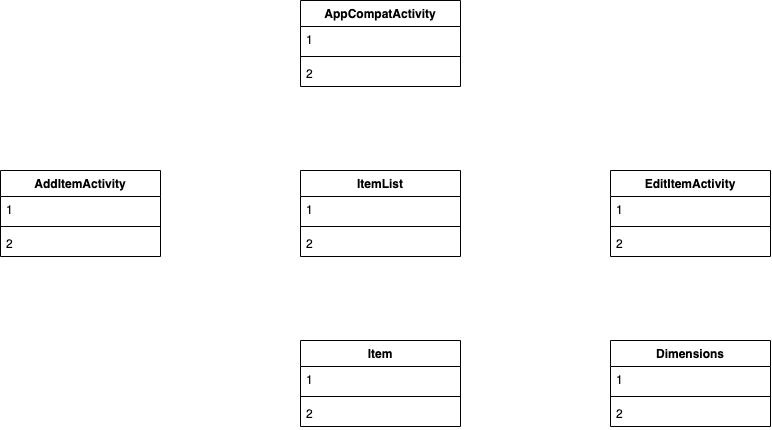
The draw.io diagram Class Diagrams/ApplicationBorrowedTemplateClassDiagram.png in smitbmx/Architecture-Diagrams, before a commit. Source tidied: cells renumbered, new cells last; positions are measured from the earlier drawing's top-left corner, leaving out a move shared by most shapes.
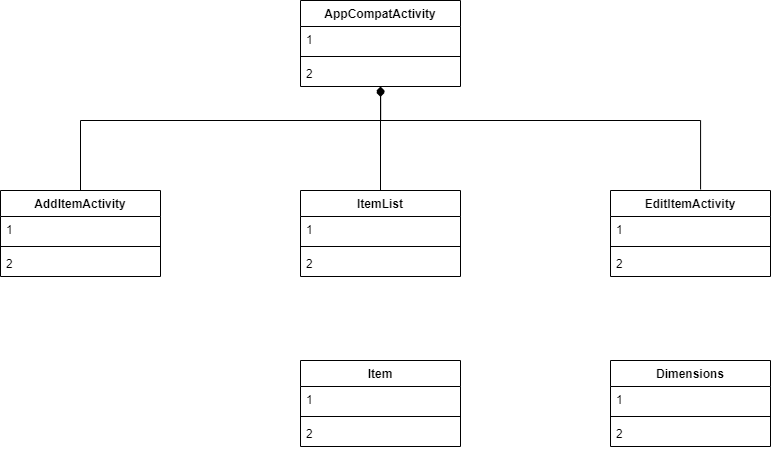
After the commit.

What changed in the source:
```diff
@@ -3,7 +3,7 @@
     <mxCell id="0" />
     <mxCell id="1" parent="0" />
     <mxCell id="2" value="AppCompatActivity" style="swimlane;fontStyle=1;align=center;verticalAlign=top;horizontal=1;startSize=26;" parent="1" vertex="1">
-      <mxGeometry x="300" width="160" height="86" as="geometry" />
+      <mxGeometry x="300" y="-20" width="160" height="86" as="geometry" />
     </mxCell>
     <mxCell id="3" value="1" style="text;strokeColor=none;fillColor=none;align=left;verticalAlign=top;spacingLeft=4;spacingRight=4;overflow=hidden;" parent="2" vertex="1">
       <mxGeometry y="26" width="160" height="26" as="geometry" />
@@ -74,5 +74,24 @@
     <mxCell id="25" value="2" style="text;strokeColor=none;fillColor=none;align=left;verticalAlign=top;spacingLeft=4;spacingRight=4;overflow=hidden;" parent="22" vertex="1">
       <mxGeometry y="60" width="160" height="26" as="geometry" />
     </mxCell>
+    <mxCell id="26" style="endArrow=diamond;html=1;exitX=0.5;exitY=0;exitDx=0;exitDy=0;endFill=1;" parent="1" edge="1" source="6" target="5">
+      <mxGeometry relative="1" as="geometry" />
+    </mxCell>
+    <mxCell id="27" style="endArrow=diamond;html=1;entryX=0.5;entryY=1.077;entryDx=0;entryDy=0;entryPerimeter=0;exitX=0.5;exitY=0;exitDx=0;exitDy=0;edgeStyle=orthogonalEdgeStyle;rounded=0;endFill=1;" parent="1" edge="1" source="10" target="5">
+      <mxGeometry relative="1" as="geometry">
+        <Array as="points">
+          <mxPoint x="80" y="100" />
+          <mxPoint x="380" y="100" />
+        </Array>
+      </mxGeometry>
+    </mxCell>
+    <mxCell id="28" style="endArrow=diamond;html=1;exitX=0.563;exitY=-0.012;exitDx=0;exitDy=0;exitPerimeter=0;edgeStyle=orthogonalEdgeStyle;entryX=0.501;entryY=1.029;entryDx=0;entryDy=0;entryPerimeter=0;rounded=0;endFill=1;" parent="1" edge="1" source="14" target="5">
+      <mxGeometry relative="1" as="geometry">
+        <Array as="points">
+          <mxPoint x="700" y="100" />
+          <mxPoint x="380" y="100" />
+        </Array>
+      </mxGeometry>
+    </mxCell>
   </root>
 </mxGraphModel>
```
